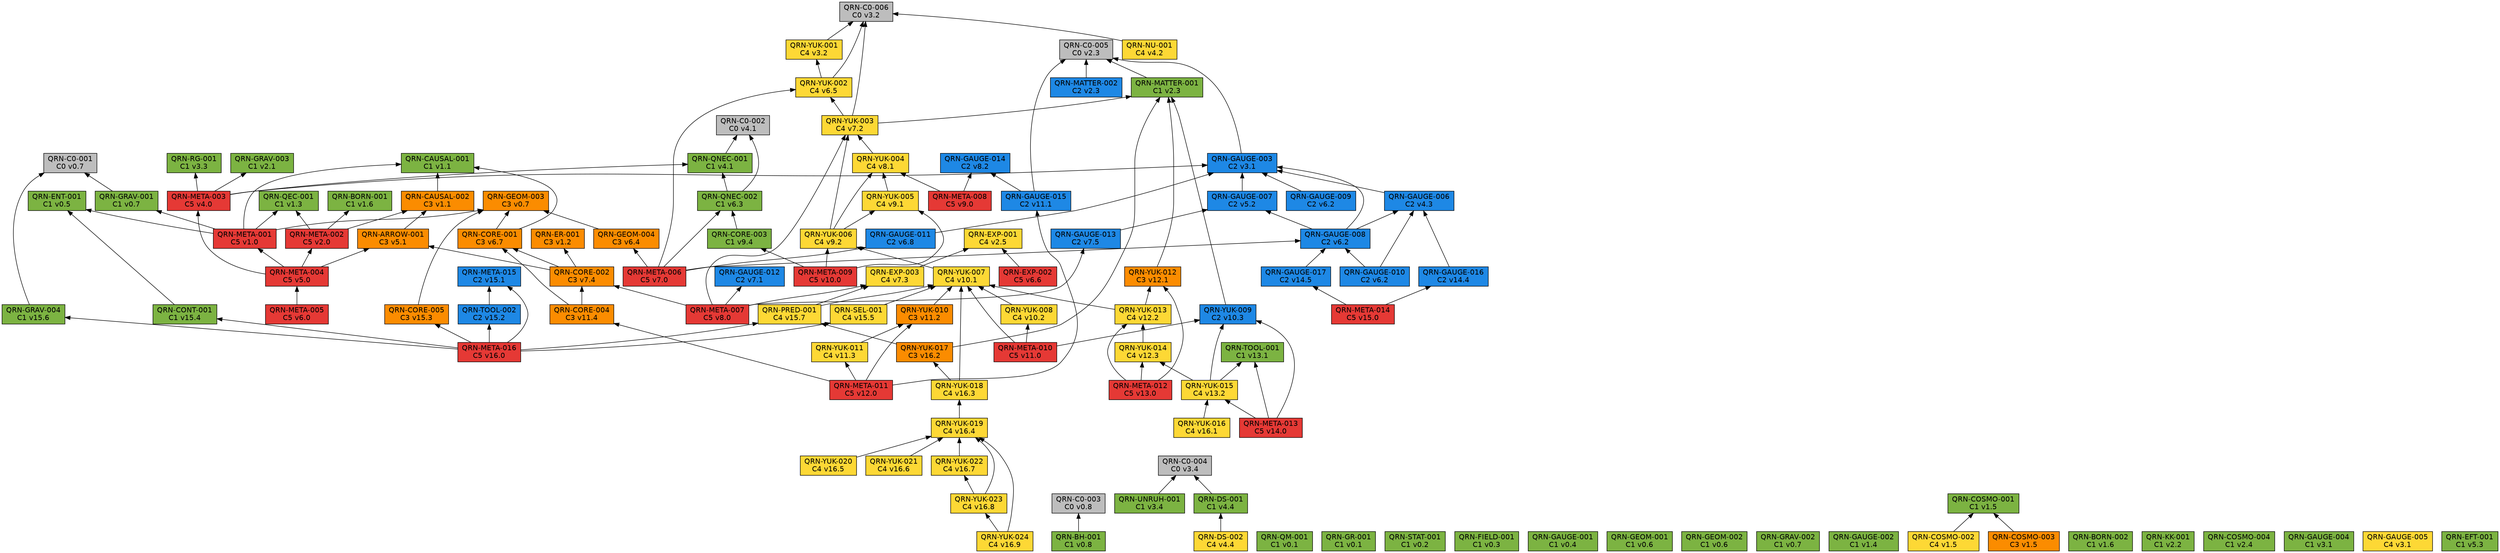
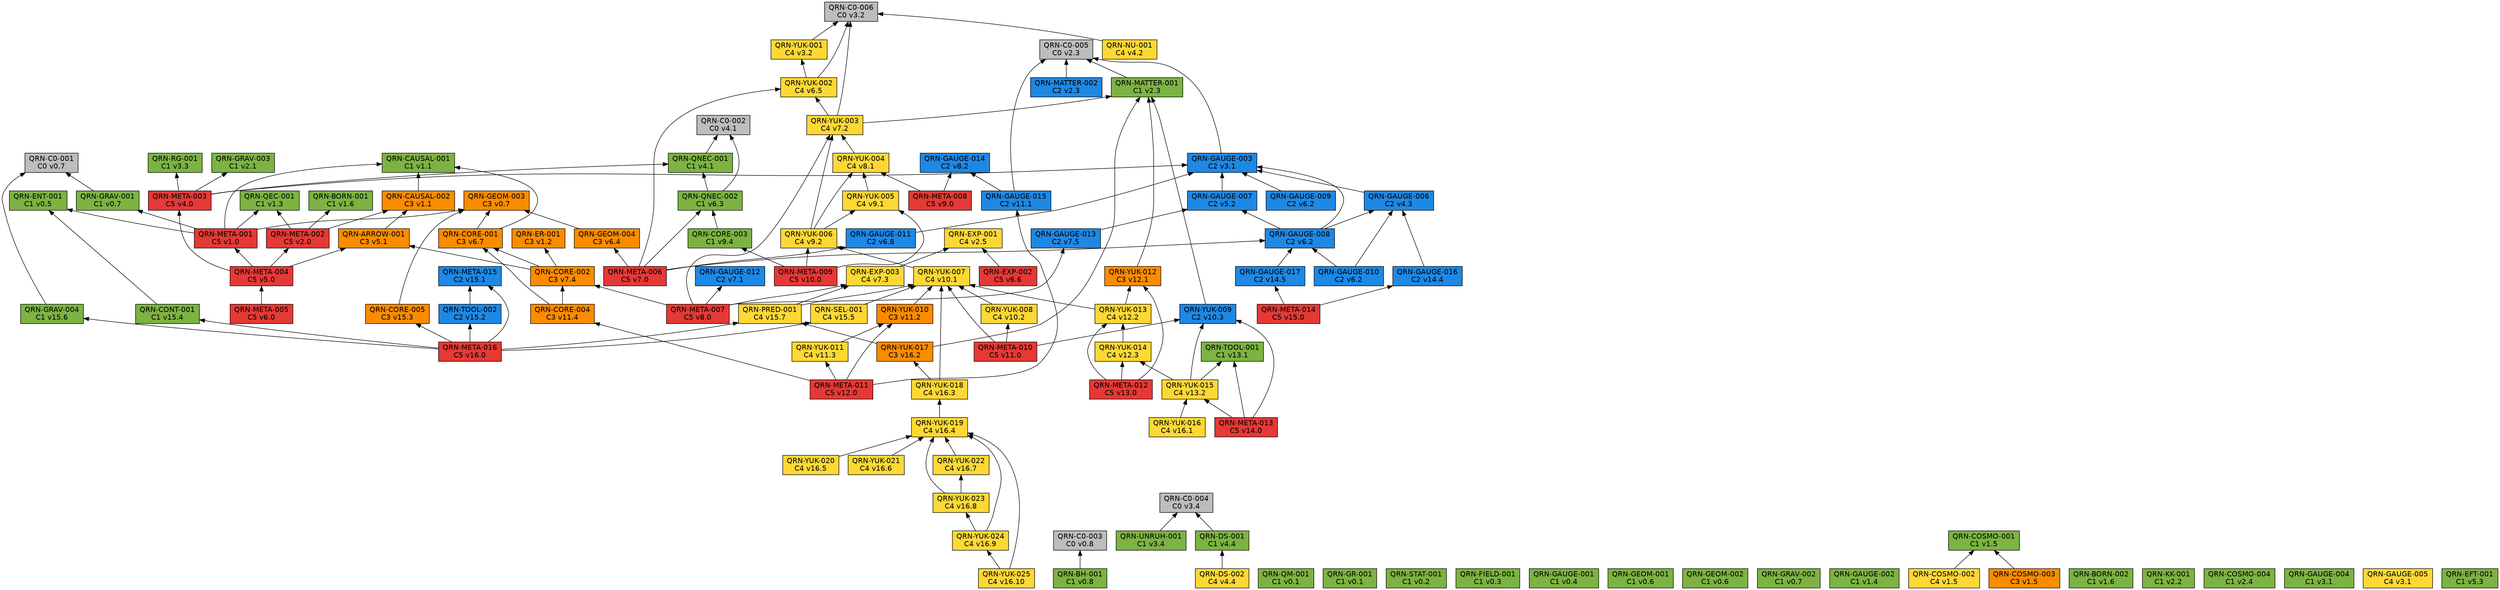
// 自動生成 (dag/report.pl) — QRN 主張依存グラフ
digraph qrn {
  rankdir=BT;
  node [shape=box, style=filled, fontname="Helvetica"];
  "QRN-C0-001" [fillcolor="#bdbdbd", label="QRN-C0-001\nC0 v0.7"];
  "QRN-C0-002" [fillcolor="#bdbdbd", label="QRN-C0-002\nC0 v4.1"];
  "QRN-C0-003" [fillcolor="#bdbdbd", label="QRN-C0-003\nC0 v0.8"];
  "QRN-C0-004" [fillcolor="#bdbdbd", label="QRN-C0-004\nC0 v3.4"];
  "QRN-C0-005" [fillcolor="#bdbdbd", label="QRN-C0-005\nC0 v2.3"];
  "QRN-C0-006" [fillcolor="#bdbdbd", label="QRN-C0-006\nC0 v3.2"];
  "QRN-QM-001" [fillcolor="#7cb342", label="QRN-QM-001\nC1 v0.1"];
  "QRN-GR-001" [fillcolor="#7cb342", label="QRN-GR-001\nC1 v0.1"];
  "QRN-STAT-001" [fillcolor="#7cb342", label="QRN-STAT-001\nC1 v0.2"];
  "QRN-FIELD-001" [fillcolor="#7cb342", label="QRN-FIELD-001\nC1 v0.3"];
  "QRN-GAUGE-001" [fillcolor="#7cb342", label="QRN-GAUGE-001\nC1 v0.4"];
  "QRN-ENT-001" [fillcolor="#7cb342", label="QRN-ENT-001\nC1 v0.5"];
  "QRN-GEOM-001" [fillcolor="#7cb342", label="QRN-GEOM-001\nC1 v0.6"];
  "QRN-GEOM-002" [fillcolor="#7cb342", label="QRN-GEOM-002\nC1 v0.6"];
  "QRN-GEOM-003" [fillcolor="#fb8c00", label="QRN-GEOM-003\nC3 v0.7"];
  "QRN-GRAV-001" [fillcolor="#7cb342", label="QRN-GRAV-001\nC1 v0.7"];
  "QRN-GRAV-002" [fillcolor="#7cb342", label="QRN-GRAV-002\nC1 v0.7"];
  "QRN-BH-001" [fillcolor="#7cb342", label="QRN-BH-001\nC1 v0.8"];
  "QRN-CAUSAL-001" [fillcolor="#7cb342", label="QRN-CAUSAL-001\nC1 v1.1"];
  "QRN-CAUSAL-002" [fillcolor="#fb8c00", label="QRN-CAUSAL-002\nC3 v1.1"];
  "QRN-ER-001" [fillcolor="#fb8c00", label="QRN-ER-001\nC3 v1.2"];
  "QRN-QEC-001" [fillcolor="#7cb342", label="QRN-QEC-001\nC1 v1.3"];
  "QRN-GAUGE-002" [fillcolor="#7cb342", label="QRN-GAUGE-002\nC1 v1.4"];
  "QRN-COSMO-001" [fillcolor="#7cb342", label="QRN-COSMO-001\nC1 v1.5"];
  "QRN-COSMO-002" [fillcolor="#fdd835", label="QRN-COSMO-002\nC4 v1.5"];
  "QRN-COSMO-003" [fillcolor="#fb8c00", label="QRN-COSMO-003\nC3 v1.5"];
  "QRN-BORN-001" [fillcolor="#7cb342", label="QRN-BORN-001\nC1 v1.6"];
  "QRN-BORN-002" [fillcolor="#7cb342", label="QRN-BORN-002\nC1 v1.6"];
  "QRN-GRAV-003" [fillcolor="#7cb342", label="QRN-GRAV-003\nC1 v2.1"];
  "QRN-KK-001" [fillcolor="#7cb342", label="QRN-KK-001\nC1 v2.2"];
  "QRN-MATTER-001" [fillcolor="#7cb342", label="QRN-MATTER-001\nC1 v2.3"];
  "QRN-MATTER-002" [fillcolor="#1e88e5", label="QRN-MATTER-002\nC2 v2.3"];
  "QRN-COSMO-004" [fillcolor="#7cb342", label="QRN-COSMO-004\nC1 v2.4"];
  "QRN-EXP-001" [fillcolor="#fdd835", label="QRN-EXP-001\nC4 v2.5"];
  "QRN-GAUGE-003" [fillcolor="#1e88e5", label="QRN-GAUGE-003\nC2 v3.1"];
  "QRN-GAUGE-004" [fillcolor="#7cb342", label="QRN-GAUGE-004\nC1 v3.1"];
  "QRN-GAUGE-005" [fillcolor="#fdd835", label="QRN-GAUGE-005\nC4 v3.1"];
  "QRN-YUK-001" [fillcolor="#fdd835", label="QRN-YUK-001\nC4 v3.2"];
  "QRN-RG-001" [fillcolor="#7cb342", label="QRN-RG-001\nC1 v3.3"];
  "QRN-UNRUH-001" [fillcolor="#7cb342", label="QRN-UNRUH-001\nC1 v3.4"];
  "QRN-QNEC-001" [fillcolor="#7cb342", label="QRN-QNEC-001\nC1 v4.1"];
  "QRN-NU-001" [fillcolor="#fdd835", label="QRN-NU-001\nC4 v4.2"];
  "QRN-GAUGE-006" [fillcolor="#1e88e5", label="QRN-GAUGE-006\nC2 v4.3"];
  "QRN-DS-001" [fillcolor="#7cb342", label="QRN-DS-001\nC1 v4.4"];
  "QRN-DS-002" [fillcolor="#fdd835", label="QRN-DS-002\nC4 v4.4"];
  "QRN-ARROW-001" [fillcolor="#fb8c00", label="QRN-ARROW-001\nC3 v5.1"];
  "QRN-GAUGE-007" [fillcolor="#1e88e5", label="QRN-GAUGE-007\nC2 v5.2"];
  "QRN-EFT-001" [fillcolor="#7cb342", label="QRN-EFT-001\nC1 v5.3"];
  "QRN-GAUGE-008" [fillcolor="#1e88e5", label="QRN-GAUGE-008\nC2 v6.2"];
  "QRN-GAUGE-009" [fillcolor="#1e88e5", label="QRN-GAUGE-009\nC2 v6.2"];
  "QRN-GAUGE-010" [fillcolor="#1e88e5", label="QRN-GAUGE-010\nC2 v6.2"];
  "QRN-QNEC-002" [fillcolor="#7cb342", label="QRN-QNEC-002\nC1 v6.3"];
  "QRN-GEOM-004" [fillcolor="#fb8c00", label="QRN-GEOM-004\nC3 v6.4"];
  "QRN-YUK-002" [fillcolor="#fdd835", label="QRN-YUK-002\nC4 v6.5"];
  "QRN-EXP-002" [fillcolor="#e53935", label="QRN-EXP-002\nC5 v6.6"];
  "QRN-CORE-001" [fillcolor="#fb8c00", label="QRN-CORE-001\nC3 v6.7"];
  "QRN-GAUGE-011" [fillcolor="#1e88e5", label="QRN-GAUGE-011\nC2 v6.8"];
  "QRN-GAUGE-012" [fillcolor="#1e88e5", label="QRN-GAUGE-012\nC2 v7.1"];
  "QRN-YUK-003" [fillcolor="#fdd835", label="QRN-YUK-003\nC4 v7.2"];
  "QRN-EXP-003" [fillcolor="#fdd835", label="QRN-EXP-003\nC4 v7.3"];
  "QRN-CORE-002" [fillcolor="#fb8c00", label="QRN-CORE-002\nC3 v7.4"];
  "QRN-GAUGE-013" [fillcolor="#1e88e5", label="QRN-GAUGE-013\nC2 v7.5"];
  "QRN-YUK-004" [fillcolor="#fdd835", label="QRN-YUK-004\nC4 v8.1"];
  "QRN-GAUGE-014" [fillcolor="#1e88e5", label="QRN-GAUGE-014\nC2 v8.2"];
  "QRN-META-001" [fillcolor="#e53935", label="QRN-META-001\nC5 v1.0"];
  "QRN-META-002" [fillcolor="#e53935", label="QRN-META-002\nC5 v2.0"];
  "QRN-META-003" [fillcolor="#e53935", label="QRN-META-003\nC5 v4.0"];
  "QRN-META-004" [fillcolor="#e53935", label="QRN-META-004\nC5 v5.0"];
  "QRN-META-005" [fillcolor="#e53935", label="QRN-META-005\nC5 v6.0"];
  "QRN-META-006" [fillcolor="#e53935", label="QRN-META-006\nC5 v7.0"];
  "QRN-META-007" [fillcolor="#e53935", label="QRN-META-007\nC5 v8.0"];
  "QRN-META-008" [fillcolor="#e53935", label="QRN-META-008\nC5 v9.0"];
  "QRN-YUK-005" [fillcolor="#fdd835", label="QRN-YUK-005\nC4 v9.1"];
  "QRN-YUK-006" [fillcolor="#fdd835", label="QRN-YUK-006\nC4 v9.2"];
  "QRN-CORE-003" [fillcolor="#7cb342", label="QRN-CORE-003\nC1 v9.4"];
  "QRN-META-009" [fillcolor="#e53935", label="QRN-META-009\nC5 v10.0"];
  "QRN-YUK-007" [fillcolor="#fdd835", label="QRN-YUK-007\nC4 v10.1"];
  "QRN-YUK-008" [fillcolor="#fdd835", label="QRN-YUK-008\nC4 v10.2"];
  "QRN-YUK-009" [fillcolor="#1e88e5", label="QRN-YUK-009\nC2 v10.3"];
  "QRN-META-010" [fillcolor="#e53935", label="QRN-META-010\nC5 v11.0"];
  "QRN-GAUGE-015" [fillcolor="#1e88e5", label="QRN-GAUGE-015\nC2 v11.1"];
  "QRN-YUK-010" [fillcolor="#fb8c00", label="QRN-YUK-010\nC3 v11.2"];
  "QRN-YUK-011" [fillcolor="#fdd835", label="QRN-YUK-011\nC4 v11.3"];
  "QRN-CORE-004" [fillcolor="#fb8c00", label="QRN-CORE-004\nC3 v11.4"];
  "QRN-META-011" [fillcolor="#e53935", label="QRN-META-011\nC5 v12.0"];
  "QRN-YUK-012" [fillcolor="#fb8c00", label="QRN-YUK-012\nC3 v12.1"];
  "QRN-YUK-013" [fillcolor="#fdd835", label="QRN-YUK-013\nC4 v12.2"];
  "QRN-YUK-014" [fillcolor="#fdd835", label="QRN-YUK-014\nC4 v12.3"];
  "QRN-META-012" [fillcolor="#e53935", label="QRN-META-012\nC5 v13.0"];
  "QRN-TOOL-001" [fillcolor="#7cb342", label="QRN-TOOL-001\nC1 v13.1"];
  "QRN-YUK-015" [fillcolor="#fdd835", label="QRN-YUK-015\nC4 v13.2"];
  "QRN-META-013" [fillcolor="#e53935", label="QRN-META-013\nC5 v14.0"];
  "QRN-GAUGE-016" [fillcolor="#1e88e5", label="QRN-GAUGE-016\nC2 v14.4"];
  "QRN-GAUGE-017" [fillcolor="#1e88e5", label="QRN-GAUGE-017\nC2 v14.5"];
  "QRN-META-014" [fillcolor="#e53935", label="QRN-META-014\nC5 v15.0"];
  "QRN-META-015" [fillcolor="#1e88e5", label="QRN-META-015\nC2 v15.1"];
  "QRN-TOOL-002" [fillcolor="#1e88e5", label="QRN-TOOL-002\nC2 v15.2"];
  "QRN-CORE-005" [fillcolor="#fb8c00", label="QRN-CORE-005\nC3 v15.3"];
  "QRN-CONT-001" [fillcolor="#7cb342", label="QRN-CONT-001\nC1 v15.4"];
  "QRN-SEL-001" [fillcolor="#fdd835", label="QRN-SEL-001\nC4 v15.5"];
  "QRN-GRAV-004" [fillcolor="#7cb342", label="QRN-GRAV-004\nC1 v15.6"];
  "QRN-PRED-001" [fillcolor="#fdd835", label="QRN-PRED-001\nC4 v15.7"];
  "QRN-META-016" [fillcolor="#e53935", label="QRN-META-016\nC5 v16.0"];
  "QRN-YUK-016" [fillcolor="#fdd835", label="QRN-YUK-016\nC4 v16.1"];
  "QRN-YUK-017" [fillcolor="#fb8c00", label="QRN-YUK-017\nC3 v16.2"];
  "QRN-YUK-018" [fillcolor="#fdd835", label="QRN-YUK-018\nC4 v16.3"];
  "QRN-YUK-019" [fillcolor="#fdd835", label="QRN-YUK-019\nC4 v16.4"];
  "QRN-YUK-020" [fillcolor="#fdd835", label="QRN-YUK-020\nC4 v16.5"];
  "QRN-YUK-021" [fillcolor="#fdd835", label="QRN-YUK-021\nC4 v16.6"];
  "QRN-YUK-022" [fillcolor="#fdd835", label="QRN-YUK-022\nC4 v16.7"];
  "QRN-YUK-023" [fillcolor="#fdd835", label="QRN-YUK-023\nC4 v16.8"];
  "QRN-YUK-024" [fillcolor="#fdd835", label="QRN-YUK-024\nC4 v16.9"];
+   "QRN-YUK-025" [fillcolor="#fdd835", label="QRN-YUK-025\nC4 v16.10"];
  "QRN-GRAV-001" -> "QRN-C0-001";
  "QRN-BH-001" -> "QRN-C0-003";
  "QRN-CAUSAL-002" -> "QRN-CAUSAL-001";
  "QRN-COSMO-002" -> "QRN-COSMO-001";
  "QRN-COSMO-003" -> "QRN-COSMO-001";
  "QRN-MATTER-001" -> "QRN-C0-005";
  "QRN-MATTER-002" -> "QRN-C0-005";
  "QRN-GAUGE-003" -> "QRN-C0-005";
  "QRN-YUK-001" -> "QRN-C0-006";
  "QRN-UNRUH-001" -> "QRN-C0-004";
  "QRN-QNEC-001" -> "QRN-C0-002";
  "QRN-NU-001" -> "QRN-C0-006";
  "QRN-GAUGE-006" -> "QRN-GAUGE-003";
  "QRN-DS-001" -> "QRN-C0-004";
  "QRN-DS-002" -> "QRN-DS-001";
  "QRN-ARROW-001" -> "QRN-CAUSAL-002";
  "QRN-GAUGE-007" -> "QRN-GAUGE-003";
  "QRN-GAUGE-008" -> "QRN-GAUGE-003";
  "QRN-GAUGE-008" -> "QRN-GAUGE-006";
  "QRN-GAUGE-008" -> "QRN-GAUGE-007";
  "QRN-GAUGE-009" -> "QRN-GAUGE-003";
  "QRN-GAUGE-010" -> "QRN-GAUGE-006";
  "QRN-GAUGE-010" -> "QRN-GAUGE-008";
  "QRN-QNEC-002" -> "QRN-C0-002";
  "QRN-QNEC-002" -> "QRN-QNEC-001";
  "QRN-GEOM-004" -> "QRN-GEOM-003";
  "QRN-YUK-002" -> "QRN-C0-006";
  "QRN-YUK-002" -> "QRN-YUK-001";
  "QRN-EXP-002" -> "QRN-EXP-001";
  "QRN-CORE-001" -> "QRN-GEOM-003";
  "QRN-CORE-001" -> "QRN-CAUSAL-001";
  "QRN-GAUGE-011" -> "QRN-GAUGE-003";
  "QRN-YUK-003" -> "QRN-C0-006";
  "QRN-YUK-003" -> "QRN-MATTER-001";
  "QRN-YUK-003" -> "QRN-YUK-002";
  "QRN-EXP-003" -> "QRN-EXP-001";
  "QRN-CORE-002" -> "QRN-CORE-001";
  "QRN-CORE-002" -> "QRN-ER-001";
  "QRN-CORE-002" -> "QRN-ARROW-001";
  "QRN-GAUGE-013" -> "QRN-GAUGE-007";
  "QRN-YUK-004" -> "QRN-YUK-003";
  "QRN-META-001" -> "QRN-GEOM-003";
  "QRN-META-001" -> "QRN-GRAV-001";
  "QRN-META-001" -> "QRN-CAUSAL-001";
  "QRN-META-001" -> "QRN-QEC-001";
  "QRN-META-001" -> "QRN-ENT-001";
  "QRN-META-002" -> "QRN-QEC-001";
  "QRN-META-002" -> "QRN-BORN-001";
  "QRN-META-002" -> "QRN-CAUSAL-002";
  "QRN-META-003" -> "QRN-GAUGE-003";
  "QRN-META-003" -> "QRN-RG-001";
  "QRN-META-003" -> "QRN-QNEC-001";
  "QRN-META-003" -> "QRN-GRAV-003";
  "QRN-META-004" -> "QRN-META-001";
  "QRN-META-004" -> "QRN-META-002";
  "QRN-META-004" -> "QRN-META-003";
  "QRN-META-004" -> "QRN-ARROW-001";
  "QRN-META-005" -> "QRN-META-004";
  "QRN-META-006" -> "QRN-GAUGE-008";
  "QRN-META-006" -> "QRN-QNEC-002";
  "QRN-META-006" -> "QRN-GEOM-004";
  "QRN-META-006" -> "QRN-YUK-002";
  "QRN-META-006" -> "QRN-GAUGE-011";
  "QRN-META-007" -> "QRN-GAUGE-012";
  "QRN-META-007" -> "QRN-YUK-003";
  "QRN-META-007" -> "QRN-EXP-003";
  "QRN-META-007" -> "QRN-CORE-002";
  "QRN-META-007" -> "QRN-GAUGE-013";
  "QRN-META-008" -> "QRN-YUK-004";
  "QRN-META-008" -> "QRN-GAUGE-014";
  "QRN-YUK-005" -> "QRN-YUK-004";
  "QRN-YUK-006" -> "QRN-YUK-003";
  "QRN-YUK-006" -> "QRN-YUK-004";
  "QRN-YUK-006" -> "QRN-YUK-005";
  "QRN-CORE-003" -> "QRN-QNEC-002";
  "QRN-META-009" -> "QRN-YUK-005";
  "QRN-META-009" -> "QRN-YUK-006";
  "QRN-META-009" -> "QRN-CORE-003";
  "QRN-YUK-007" -> "QRN-YUK-006";
  "QRN-YUK-008" -> "QRN-YUK-007";
  "QRN-YUK-009" -> "QRN-MATTER-001";
  "QRN-META-010" -> "QRN-YUK-007";
  "QRN-META-010" -> "QRN-YUK-008";
  "QRN-META-010" -> "QRN-YUK-009";
  "QRN-GAUGE-015" -> "QRN-C0-005";
  "QRN-GAUGE-015" -> "QRN-GAUGE-014";
  "QRN-YUK-010" -> "QRN-YUK-007";
  "QRN-YUK-011" -> "QRN-YUK-010";
  "QRN-CORE-004" -> "QRN-CORE-001";
  "QRN-CORE-004" -> "QRN-CORE-002";
  "QRN-META-011" -> "QRN-GAUGE-015";
  "QRN-META-011" -> "QRN-YUK-010";
  "QRN-META-011" -> "QRN-YUK-011";
  "QRN-META-011" -> "QRN-CORE-004";
  "QRN-YUK-012" -> "QRN-MATTER-001";
  "QRN-YUK-013" -> "QRN-YUK-012";
  "QRN-YUK-013" -> "QRN-YUK-007";
  "QRN-YUK-014" -> "QRN-YUK-013";
  "QRN-META-012" -> "QRN-YUK-012";
  "QRN-META-012" -> "QRN-YUK-013";
  "QRN-META-012" -> "QRN-YUK-014";
  "QRN-YUK-015" -> "QRN-YUK-014";
  "QRN-YUK-015" -> "QRN-TOOL-001";
  "QRN-YUK-015" -> "QRN-YUK-009";
  "QRN-META-013" -> "QRN-YUK-015";
  "QRN-META-013" -> "QRN-TOOL-001";
  "QRN-META-013" -> "QRN-YUK-009";
  "QRN-GAUGE-016" -> "QRN-GAUGE-006";
  "QRN-GAUGE-017" -> "QRN-GAUGE-008";
  "QRN-META-014" -> "QRN-GAUGE-016";
  "QRN-META-014" -> "QRN-GAUGE-017";
  "QRN-TOOL-002" -> "QRN-META-015";
  "QRN-CORE-005" -> "QRN-GEOM-003";
  "QRN-CONT-001" -> "QRN-ENT-001";
  "QRN-SEL-001" -> "QRN-YUK-007";
  "QRN-GRAV-004" -> "QRN-C0-001";
  "QRN-PRED-001" -> "QRN-YUK-007";
  "QRN-PRED-001" -> "QRN-EXP-003";
  "QRN-META-016" -> "QRN-META-015";
  "QRN-META-016" -> "QRN-TOOL-002";
  "QRN-META-016" -> "QRN-CORE-005";
  "QRN-META-016" -> "QRN-CONT-001";
  "QRN-META-016" -> "QRN-SEL-001";
  "QRN-META-016" -> "QRN-GRAV-004";
  "QRN-META-016" -> "QRN-PRED-001";
  "QRN-YUK-016" -> "QRN-YUK-015";
  "QRN-YUK-017" -> "QRN-MATTER-001";
  "QRN-YUK-017" -> "QRN-PRED-001";
  "QRN-YUK-018" -> "QRN-YUK-017";
  "QRN-YUK-018" -> "QRN-YUK-007";
  "QRN-YUK-019" -> "QRN-YUK-018";
  "QRN-YUK-020" -> "QRN-YUK-019";
  "QRN-YUK-021" -> "QRN-YUK-019";
  "QRN-YUK-022" -> "QRN-YUK-019";
  "QRN-YUK-023" -> "QRN-YUK-019";
  "QRN-YUK-023" -> "QRN-YUK-022";
  "QRN-YUK-024" -> "QRN-YUK-019";
  "QRN-YUK-024" -> "QRN-YUK-023";
+   "QRN-YUK-025" -> "QRN-YUK-019";
+   "QRN-YUK-025" -> "QRN-YUK-024";
}
